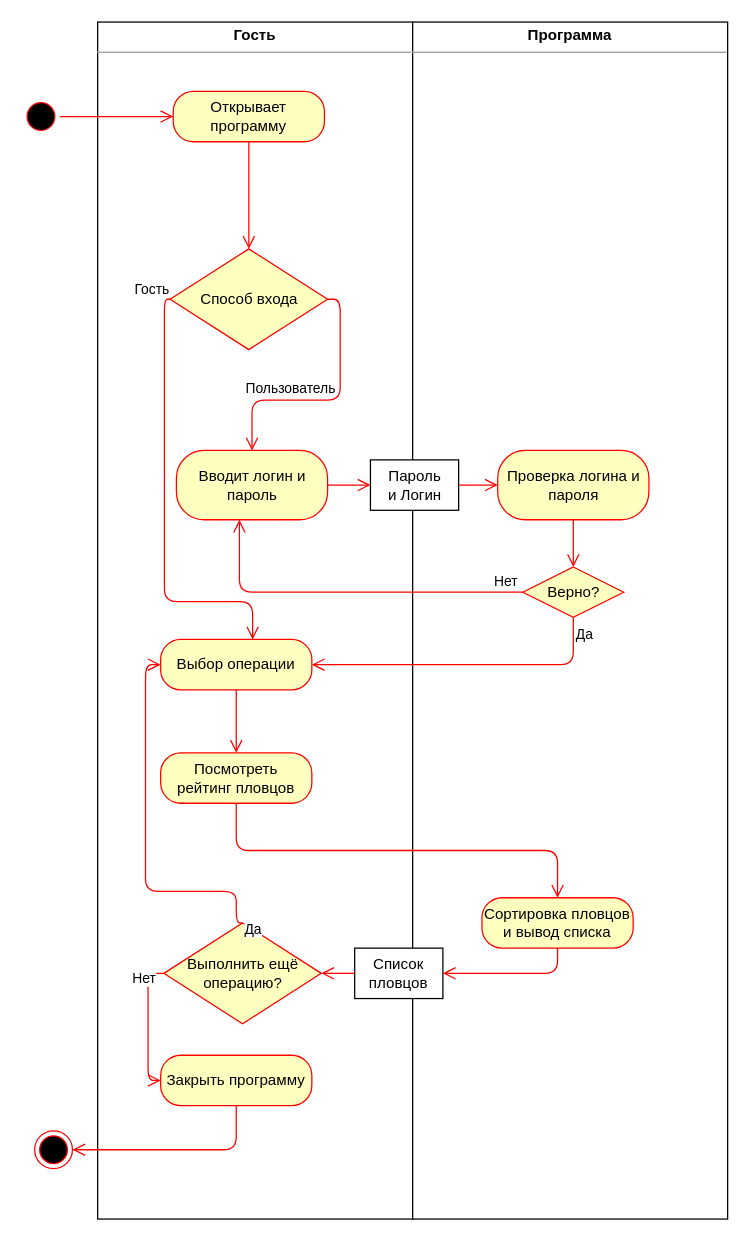
Before: page "Рейтинг(Тренер)" (2 of 10) of business_process_diagram.drawio in hardlywave/PPVIS, a draw.io diagram. Source tidied: cells renumbered, new cells numbered last; positions are measured from the earlier drawing's top-left corner, leaving out a move shared by most shapes. Both pictures are drawn from the tidied source at 126%, with x=0, y=0 at pixel (21, 21).
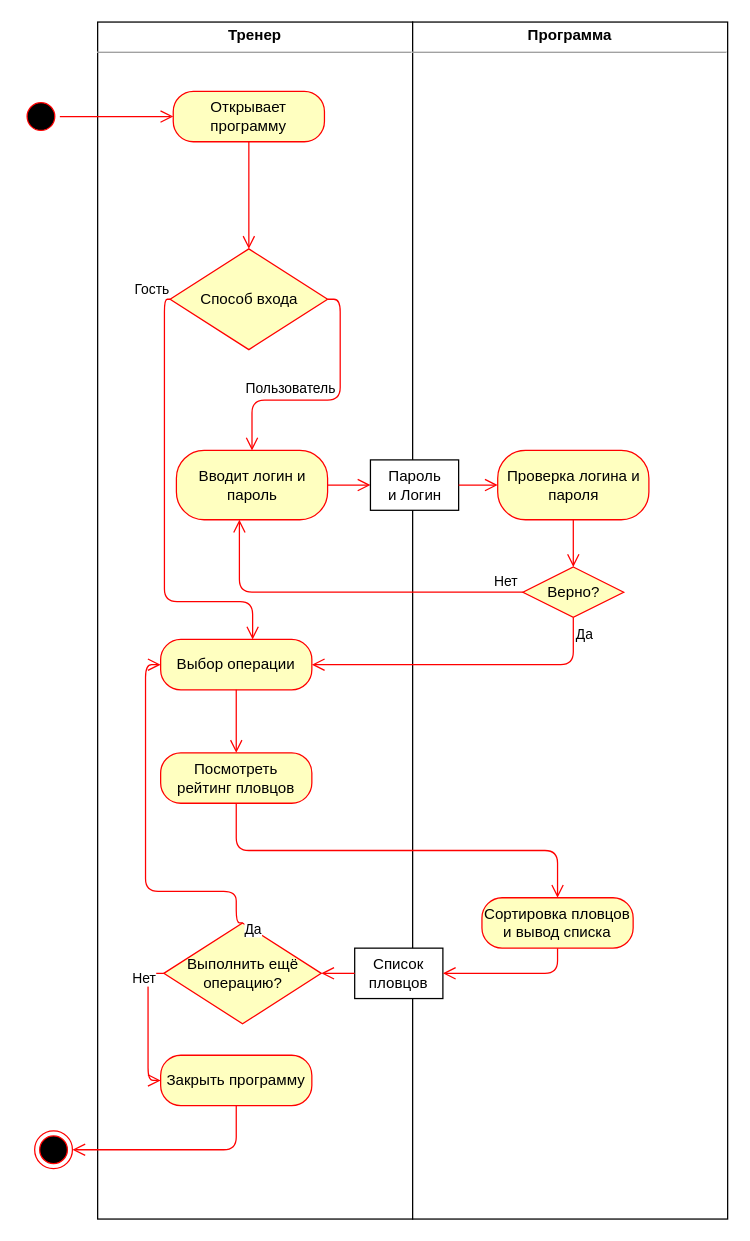
The same page after the edit.

Diff of the diagram source:
```diff
@@
-    <mxCell id="2" value="&lt;p style=&quot;margin: 0px ; margin-top: 4px ; text-align: center&quot;&gt;&lt;b&gt;Гость&lt;/b&gt;&lt;/p&gt;&lt;hr size=&quot;1&quot;&gt;&lt;div style=&quot;height: 2px&quot;&gt;&lt;/div&gt;" style="verticalAlign=top;align=left;overflow=fill;fontSize=12;fontFamily=Helvetica;html=1;" parent="1" vertex="1">
+    <mxCell id="2" value="&lt;p style=&quot;margin: 0px ; margin-top: 4px ; text-align: center&quot;&gt;&lt;b&gt;Тренер&lt;/b&gt;&lt;/p&gt;&lt;hr size=&quot;1&quot;&gt;&lt;div style=&quot;height: 2px&quot;&gt;&lt;/div&gt;" style="verticalAlign=top;align=left;overflow=fill;fontSize=12;fontFamily=Helvetica;html=1;" parent="1" vertex="1">
       <mxGeometry x="60" width="250" height="950" as="geometry" />
     </mxCell>
```
